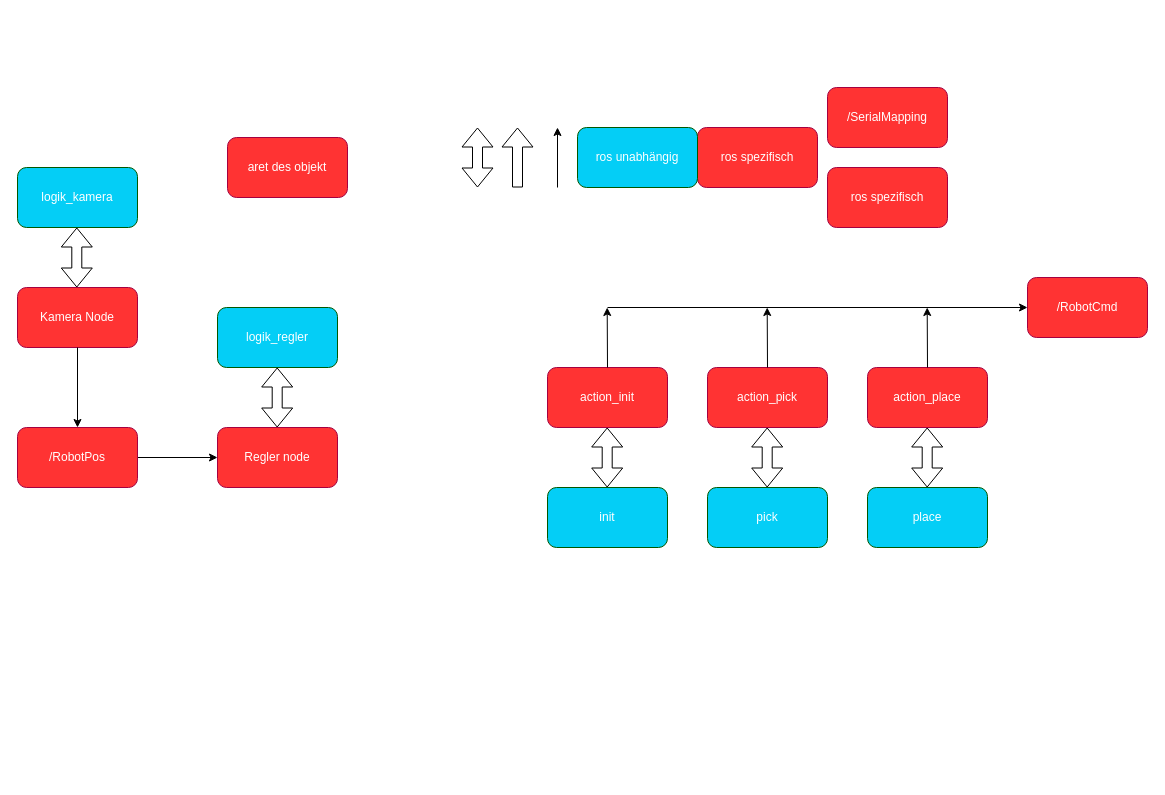
This is SW_architecture.drawio from ibinsandig/Portal-zur-Exmatrikulation, a draw.io file, before an edit. Source tidied: cells renumbered, new cells numbered last; positions are measured from the earlier drawing's top-left corner, leaving out a move shared by most shapes. Both pictures are drawn from the tidied source at 100%, with x=0, y=0 at pixel (17, 87).
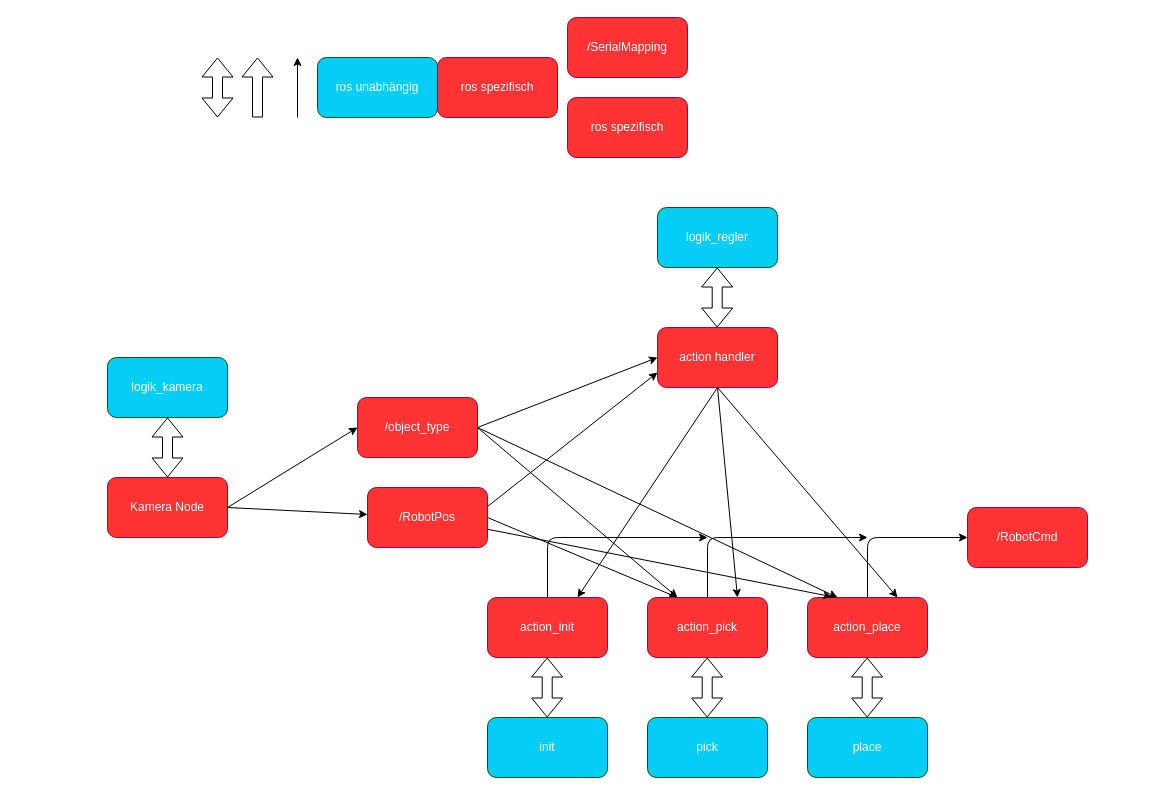
Above is the later version.

Commit message:
ab hier kann man anfangen zu diskutieren

What changed in the source:
```diff
@@
     <mxCell id="2" value="ros spezifisch" style="rounded=1;whiteSpace=wrap;html=1;fillColor=#FF3333;fontColor=#ffffff;strokeColor=#A50040;" parent="1" vertex="1">
-      <mxGeometry x="680" y="40" width="120" height="60" as="geometry" />
+      <mxGeometry x="420" y="-30" width="120" height="60" as="geometry" />
     </mxCell>
     <mxCell id="3" value="ros unabhängig" style="rounded=1;whiteSpace=wrap;html=1;fillColor=light-dark(#04cef6, #43ba43);fontColor=#ffffff;strokeColor=#005700;" parent="1" vertex="1">
-      <mxGeometry x="560" y="40" width="120" height="60" as="geometry" />
+      <mxGeometry x="300" y="-30" width="120" height="60" as="geometry" />
     </mxCell>
     <mxCell id="4" value="logik_kamera" style="rounded=1;whiteSpace=wrap;html=1;fillColor=light-dark(#04cef6, #43ba43);fontColor=#ffffff;strokeColor=#005700;" parent="1" vertex="1">
-      <mxGeometry y="80" width="120" height="60" as="geometry" />
+      <mxGeometry x="90" y="270" width="120" height="60" as="geometry" />
     </mxCell>
     <mxCell id="5" value="logik_regler" style="rounded=1;whiteSpace=wrap;html=1;fillColor=light-dark(#04cef6, #43ba43);fontColor=#ffffff;strokeColor=#005700;" parent="1" vertex="1">
-      <mxGeometry x="200" y="220" width="120" height="60" as="geometry" />
+      <mxGeometry x="640" y="120" width="120" height="60" as="geometry" />
     </mxCell>
     <mxCell id="6" value="/RobotCmd" style="rounded=1;whiteSpace=wrap;html=1;fillColor=#FF3333;fontColor=#ffffff;strokeColor=#A50040;" parent="1" vertex="1">
-      <mxGeometry x="1010" y="190" width="120" height="60" as="geometry" />
+      <mxGeometry x="950" y="420" width="120" height="60" as="geometry" />
     </mxCell>
-    <mxCell id="7" style="edgeStyle=none;html=1;exitX=1;exitY=0.5;exitDx=0;exitDy=0;entryX=0;entryY=0.5;entryDx=0;entryDy=0;" parent="1" edge="1" source="8" target="13">
-      <mxGeometry relative="1" as="geometry" />
-    </mxCell>
+    <mxCell id="33" style="edgeStyle=none;html=1;exitX=1;exitY=0.5;exitDx=0;exitDy=0;entryX=0.25;entryY=0;entryDx=0;entryDy=0;" parent="1" edge="1" source="8" target="20">
+      <mxGeometry relative="1" as="geometry" />
+    </mxCell>
+    <mxCell id="34" style="edgeStyle=none;html=1;entryX=0;entryY=0.75;entryDx=0;entryDy=0;exitX=1.002;exitY=0.314;exitDx=0;exitDy=0;exitPerimeter=0;" parent="1" edge="1" source="8" target="36">
+      <mxGeometry relative="1" as="geometry" />
+    </mxCell>
     <mxCell id="8" value="/RobotPos" style="rounded=1;whiteSpace=wrap;html=1;fillColor=#FF3333;fontColor=#ffffff;strokeColor=#A50040;" parent="1" vertex="1">
-      <mxGeometry y="340" width="120" height="60" as="geometry" />
+      <mxGeometry x="350" y="400" width="120" height="60" as="geometry" />
     </mxCell>
     <mxCell id="9" value="/SerialMapping" style="rounded=1;whiteSpace=wrap;html=1;fillColor=#FF3333;fontColor=#ffffff;strokeColor=#A50040;" parent="1" vertex="1">
-      <mxGeometry x="810" width="120" height="60" as="geometry" />
+      <mxGeometry x="550" y="-70" width="120" height="60" as="geometry" />
     </mxCell>
     <mxCell id="10" value="ros spezifisch" style="rounded=1;whiteSpace=wrap;html=1;fillColor=#FF3333;fontColor=#ffffff;strokeColor=#A50040;" parent="1" vertex="1">
-      <mxGeometry x="810" y="80" width="120" height="60" as="geometry" />
+      <mxGeometry x="550" y="10" width="120" height="60" as="geometry" />
     </mxCell>
     <mxCell id="11" value="Kamera Node" style="rounded=1;whiteSpace=wrap;html=1;fillColor=#FF3333;fontColor=#ffffff;strokeColor=#A50040;" parent="1" vertex="1">
-      <mxGeometry y="200" width="120" height="60" as="geometry" />
+      <mxGeometry x="90" y="390" width="120" height="60" as="geometry" />
     </mxCell>
-    <mxCell id="12" style="endArrow=classic;html=1;" parent="1" edge="1" target="8">
-      <mxGeometry relative="1" as="geometry">
-        <mxPoint x="60" y="260" as="sourcePoint" />
-      </mxGeometry>
+    <mxCell id="12" style="endArrow=classic;html=1;exitX=1;exitY=0.5;exitDx=0;exitDy=0;" parent="1" edge="1" source="11" target="8">
+      <mxGeometry relative="1" as="geometry" />
     </mxCell>
-    <mxCell id="13" value="Regler node" style="rounded=1;whiteSpace=wrap;html=1;fillColor=#FF3333;fontColor=#ffffff;strokeColor=#A50040;" parent="1" vertex="1">
-      <mxGeometry x="200" y="340" width="120" height="60" as="geometry" />
-    </mxCell>
     <mxCell id="14" style="endArrow=classic;html=1;" parent="1" edge="1">
       <mxGeometry relative="1" as="geometry">
-        <mxPoint x="540" y="100" as="sourcePoint" />
-        <mxPoint x="540" y="40" as="targetPoint" />
+        <mxPoint x="280" y="30" as="sourcePoint" />
+        <mxPoint x="280" y="-30" as="targetPoint" />
       </mxGeometry>
     </mxCell>
     <mxCell id="15" style="shape=flexArrow;endArrow=classic;html=1;" parent="1" edge="1">
       <mxGeometry relative="1" as="geometry">
-        <mxPoint x="500" y="100" as="sourcePoint" />
-        <mxPoint x="500" y="40" as="targetPoint" />
+        <mxPoint x="240" y="30" as="sourcePoint" />
+        <mxPoint x="240" y="-30" as="targetPoint" />
       </mxGeometry>
     </mxCell>
     <mxCell id="16" value="pick" style="rounded=1;whiteSpace=wrap;html=1;fillColor=light-dark(#04cef6, #43ba43);fontColor=#ffffff;strokeColor=#005700;" parent="1" vertex="1">
-      <mxGeometry x="690" y="400" width="120" height="60" as="geometry" />
+      <mxGeometry x="630" y="630" width="120" height="60" as="geometry" />
     </mxCell>
     <mxCell id="17" value="place" style="rounded=1;whiteSpace=wrap;html=1;fillColor=light-dark(#04cef6, #43ba43);fontColor=#ffffff;strokeColor=#005700;" parent="1" vertex="1">
-      <mxGeometry x="850" y="400" width="120" height="60" as="geometry" />
+      <mxGeometry x="790" y="630" width="120" height="60" as="geometry" />
     </mxCell>
     <mxCell id="18" value="init" style="rounded=1;whiteSpace=wrap;html=1;fillColor=light-dark(#04cef6, #43ba43);fontColor=#ffffff;strokeColor=#005700;" parent="1" vertex="1">
-      <mxGeometry x="530" y="400" width="120" height="60" as="geometry" />
+      <mxGeometry x="470" y="630" width="120" height="60" as="geometry" />
     </mxCell>
     <mxCell id="19" value="action_init" style="rounded=1;whiteSpace=wrap;html=1;fillColor=#FF3333;fontColor=#ffffff;strokeColor=#A50040;" parent="1" vertex="1">
-      <mxGeometry x="530" y="280" width="120" height="60" as="geometry" />
+      <mxGeometry x="470" y="510" width="120" height="60" as="geometry" />
     </mxCell>
     <mxCell id="20" value="action_pick" style="rounded=1;whiteSpace=wrap;html=1;fillColor=#FF3333;fontColor=#ffffff;strokeColor=#A50040;" parent="1" vertex="1">
-      <mxGeometry x="690" y="280" width="120" height="60" as="geometry" />
+      <mxGeometry x="630" y="510" width="120" height="60" as="geometry" />
     </mxCell>
     <mxCell id="21" value="action_place" style="rounded=1;whiteSpace=wrap;html=1;fillColor=#FF3333;fontColor=#ffffff;strokeColor=#A50040;" parent="1" vertex="1">
-      <mxGeometry x="850" y="280" width="120" height="60" as="geometry" />
+      <mxGeometry x="790" y="510" width="120" height="60" as="geometry" />
     </mxCell>
     <mxCell id="22" style="shape=flexArrow;endArrow=classic;startArrow=classic;html=1;entryX=0.5;entryY=1;entryDx=0;entryDy=0;" parent="1" edge="1">
       <mxGeometry relative="1" as="geometry">
-        <mxPoint x="460" y="100" as="sourcePoint" />
-        <mxPoint x="460" y="40" as="targetPoint" />
+        <mxPoint x="200" y="30" as="sourcePoint" />
+        <mxPoint x="200" y="-30" as="targetPoint" />
       </mxGeometry>
     </mxCell>
-    <mxCell id="23" style="shape=flexArrow;endArrow=classic;startArrow=classic;html=1;entryX=0.5;entryY=1;entryDx=0;entryDy=0;" parent="1" edge="1">
-      <mxGeometry relative="1" as="geometry">
-        <mxPoint x="59.3" y="200" as="sourcePoint" />
-        <mxPoint x="59.3" y="140" as="targetPoint" />
-      </mxGeometry>
+    <mxCell id="23" style="shape=flexArrow;endArrow=classic;startArrow=classic;html=1;entryX=0.5;entryY=1;entryDx=0;entryDy=0;exitX=0.5;exitY=0;exitDx=0;exitDy=0;" parent="1" edge="1" source="11" target="4">
+      <mxGeometry relative="1" as="geometry" />
     </mxCell>
     <mxCell id="24" style="shape=flexArrow;endArrow=classic;startArrow=classic;html=1;entryX=0.5;entryY=1;entryDx=0;entryDy=0;" parent="1" edge="1">
       <mxGeometry relative="1" as="geometry">
-        <mxPoint x="259.7" y="340" as="sourcePoint" />
-        <mxPoint x="259.7" y="280" as="targetPoint" />
+        <mxPoint x="699.7" y="240" as="sourcePoint" />
+        <mxPoint x="699.7" y="180" as="targetPoint" />
       </mxGeometry>
     </mxCell>
     <mxCell id="25" style="shape=flexArrow;endArrow=classic;startArrow=classic;html=1;entryX=0.5;entryY=1;entryDx=0;entryDy=0;" parent="1" edge="1">
       <mxGeometry relative="1" as="geometry">
-        <mxPoint x="589.7" y="400" as="sourcePoint" />
-        <mxPoint x="589.7" y="340" as="targetPoint" />
+        <mxPoint x="529.7" y="630" as="sourcePoint" />
+        <mxPoint x="529.7" y="570" as="targetPoint" />
       </mxGeometry>
     </mxCell>
     <mxCell id="26" style="shape=flexArrow;endArrow=classic;startArrow=classic;html=1;entryX=0.5;entryY=1;entryDx=0;entryDy=0;" parent="1" edge="1">
       <mxGeometry relative="1" as="geometry">
-        <mxPoint x="749.7" y="400" as="sourcePoint" />
-        <mxPoint x="749.7" y="340" as="targetPoint" />
+        <mxPoint x="689.7" y="630" as="sourcePoint" />
+        <mxPoint x="689.7" y="570" as="targetPoint" />
       </mxGeometry>
     </mxCell>
     <mxCell id="27" style="shape=flexArrow;endArrow=classic;startArrow=classic;html=1;entryX=0.5;entryY=1;entryDx=0;entryDy=0;" parent="1" edge="1">
       <mxGeometry relative="1" as="geometry">
-        <mxPoint x="909.7" y="400" as="sourcePoint" />
-        <mxPoint x="909.7" y="340" as="targetPoint" />
+        <mxPoint x="849.7" y="630" as="sourcePoint" />
+        <mxPoint x="849.7" y="570" as="targetPoint" />
       </mxGeometry>
     </mxCell>
-    <mxCell id="28" style="endArrow=classic;html=1;" parent="1" edge="1">
-      <mxGeometry relative="1" as="geometry">
-        <mxPoint x="590" y="220" as="sourcePoint" />
-        <mxPoint x="1010" y="220" as="targetPoint" />
-      </mxGeometry>
-    </mxCell>
     <mxCell id="29" style="endArrow=classic;html=1;" parent="1" edge="1">
       <mxGeometry relative="1" as="geometry">
-        <mxPoint x="750" y="280" as="sourcePoint" />
-        <mxPoint x="749.7" y="220" as="targetPoint" />
+        <mxPoint x="690" y="510" as="sourcePoint" />
+        <mxPoint x="850" y="450" as="targetPoint" />
+        <Array as="points">
+          <mxPoint x="690" y="450" />
+        </Array>
       </mxGeometry>
     </mxCell>
-    <mxCell id="30" style="endArrow=classic;html=1;" parent="1" edge="1">
+    <mxCell id="30" style="endArrow=classic;html=1;exitX=0.5;exitY=0;exitDx=0;exitDy=0;" parent="1" edge="1" source="19">
       <mxGeometry relative="1" as="geometry">
-        <mxPoint x="590" y="280" as="sourcePoint" />
-        <mxPoint x="589.7" y="220" as="targetPoint" />
+        <mxPoint x="690" y="450" as="targetPoint" />
+        <Array as="points">
+          <mxPoint x="530" y="450" />
+        </Array>
       </mxGeometry>
     </mxCell>
-    <mxCell id="31" style="endArrow=classic;html=1;" parent="1" edge="1">
+    <mxCell id="31" style="endArrow=classic;html=1;entryX=0;entryY=0.5;entryDx=0;entryDy=0;" parent="1" edge="1" target="6">
       <mxGeometry relative="1" as="geometry">
-        <mxPoint x="910" y="280" as="sourcePoint" />
-        <mxPoint x="909.7" y="220" as="targetPoint" />
+        <mxPoint x="850" y="510" as="sourcePoint" />
+        <Array as="points">
+          <mxPoint x="850" y="450" />
+        </Array>
       </mxGeometry>
     </mxCell>
-    <mxCell id="32" value="aret des objekt" style="rounded=1;whiteSpace=wrap;html=1;fillColor=#FF3333;fontColor=#ffffff;strokeColor=#A50040;" parent="1" vertex="1">
-      <mxGeometry x="210" y="50" width="120" height="60" as="geometry" />
+    <mxCell id="32" value="/object_type" style="rounded=1;whiteSpace=wrap;html=1;fillColor=#FF3333;fontColor=#ffffff;strokeColor=#A50040;" parent="1" vertex="1">
+      <mxGeometry x="340" y="310" width="120" height="60" as="geometry" />
     </mxCell>
+    <mxCell id="35" style="edgeStyle=none;html=1;exitX=1;exitY=0.5;exitDx=0;exitDy=0;entryX=0;entryY=0.5;entryDx=0;entryDy=0;" parent="1" edge="1" source="11" target="32">
+      <mxGeometry relative="1" as="geometry" />
+    </mxCell>
+    <mxCell id="36" value="action handler" style="rounded=1;whiteSpace=wrap;html=1;fillColor=#FF3333;fontColor=#ffffff;strokeColor=#A50040;" parent="1" vertex="1">
+      <mxGeometry x="640" y="240" width="120" height="60" as="geometry" />
+    </mxCell>
+    <mxCell id="37" style="endArrow=classic;html=1;entryX=0.75;entryY=0;entryDx=0;entryDy=0;" parent="1" edge="1" target="19">
+      <mxGeometry relative="1" as="geometry">
+        <mxPoint x="700" y="300" as="sourcePoint" />
+      </mxGeometry>
+    </mxCell>
+    <mxCell id="38" style="endArrow=classic;html=1;entryX=0.75;entryY=0;entryDx=0;entryDy=0;exitX=0.5;exitY=1;exitDx=0;exitDy=0;" parent="1" edge="1" source="36" target="20">
+      <mxGeometry relative="1" as="geometry" />
+    </mxCell>
+    <mxCell id="39" style="endArrow=classic;html=1;entryX=0.75;entryY=0;entryDx=0;entryDy=0;exitX=0.5;exitY=1;exitDx=0;exitDy=0;" parent="1" edge="1" source="36" target="21">
+      <mxGeometry relative="1" as="geometry" />
+    </mxCell>
+    <mxCell id="40" style="endArrow=classic;html=1;entryX=0;entryY=0.5;entryDx=0;entryDy=0;exitX=1;exitY=0.5;exitDx=0;exitDy=0;" parent="1" edge="1" source="32" target="36">
+      <mxGeometry relative="1" as="geometry" />
+    </mxCell>
+    <mxCell id="41" style="endArrow=classic;html=1;entryX=0.25;entryY=0;entryDx=0;entryDy=0;exitX=1;exitY=0.5;exitDx=0;exitDy=0;" parent="1" edge="1" source="32" target="20">
+      <mxGeometry relative="1" as="geometry" />
+    </mxCell>
+    <mxCell id="42" style="endArrow=classic;html=1;exitX=1;exitY=0.5;exitDx=0;exitDy=0;" parent="1" edge="1" source="32">
+      <mxGeometry relative="1" as="geometry">
+        <mxPoint x="820" y="510" as="targetPoint" />
+      </mxGeometry>
+    </mxCell>
+    <mxCell id="43" style="edgeStyle=none;html=1;entryX=0.202;entryY=-0.014;entryDx=0;entryDy=0;entryPerimeter=0;" parent="1" edge="1" source="8" target="21">
+      <mxGeometry relative="1" as="geometry" />
+    </mxCell>
```
